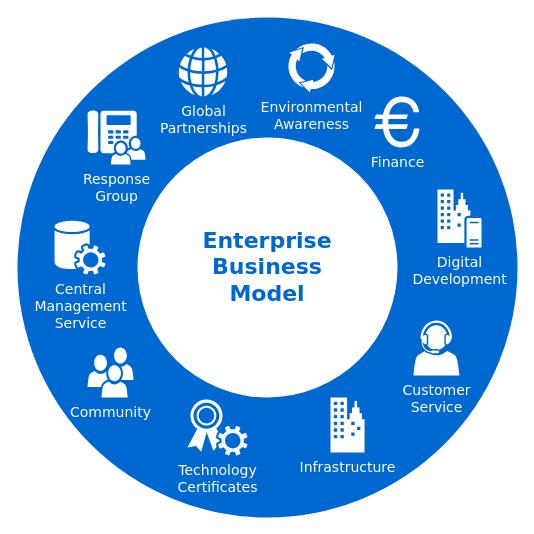
Before: Untitled Diagram.drawio in Deadlegend1321/Charcha, a draw.io diagram. Source tidied: cells renumbered, new cells numbered last; positions are measured from the earlier drawing's top-left corner, leaving out a move shared by most shapes. Both pictures are drawn from the tidied source at 100%, with x=0, y=0 at pixel (17, 17).
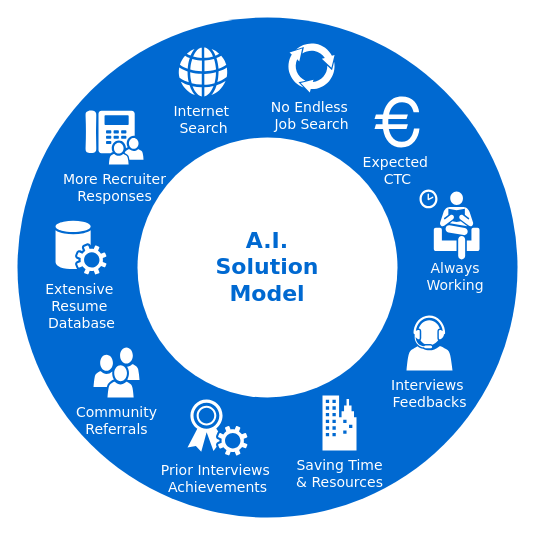
After the change.

Diff of the diagram source:
```diff
@@
 <mxGraphModel>
   <root>
     <mxCell id="0" />
     <mxCell id="1" parent="0" />
     <mxCell id="2" style="ellipse;whiteSpace=wrap;html=1;rounded=0;shadow=0;comic=0;strokeWidth=1;fontFamily=Verdana;fontSize=14;strokeColor=none;fillColor=#0069D1;" parent="1" vertex="1">
       <mxGeometry width="500" height="500" as="geometry" />
     </mxCell>
-    <mxCell id="3" value="Enterprise&lt;div&gt;Business&lt;/div&gt;&lt;div&gt;Model&lt;/div&gt;" style="ellipse;whiteSpace=wrap;html=1;rounded=0;shadow=0;comic=0;strokeWidth=1;fontFamily=Verdana;fontSize=22;strokeColor=none;fillColor=#ffffff;fontColor=#0069D1;fontStyle=1;" parent="1" vertex="1">
+    <mxCell id="3" value="A.I.&lt;div&gt;Solution&lt;/div&gt;&lt;div&gt;Model&lt;/div&gt;" style="ellipse;whiteSpace=wrap;html=1;rounded=0;shadow=0;comic=0;strokeWidth=1;fontFamily=Verdana;fontSize=22;strokeColor=none;fillColor=#ffffff;fontColor=#0069D1;fontStyle=1;" parent="1" vertex="1">
       <mxGeometry x="120" y="120" width="260" height="260" as="geometry" />
     </mxCell>
-    <mxCell id="4" value="Community" style="shadow=0;dashed=0;html=1;strokeColor=none;fillColor=#ffffff;labelPosition=center;verticalLabelPosition=bottom;verticalAlign=top;shape=mxgraph.office.users.users;rounded=0;comic=0;fontFamily=Verdana;fontSize=14;fontColor=#FFFFFF;" parent="1" vertex="1">
-      <mxGeometry x="70" y="330" width="46" height="50" as="geometry" />
+    <mxCell id="4" value="Community&lt;div&gt;Referrals&lt;/div&gt;" style="shadow=0;dashed=0;html=1;strokeColor=none;fillColor=#ffffff;labelPosition=center;verticalLabelPosition=bottom;verticalAlign=top;shape=mxgraph.office.users.users;rounded=0;comic=0;fontFamily=Verdana;fontSize=14;fontColor=#FFFFFF;" parent="1" vertex="1">
+      <mxGeometry x="76" y="330" width="46" height="50" as="geometry" />
     </mxCell>
-    <mxCell id="5" value="Customer&lt;div&gt;Service&lt;/div&gt;" style="shadow=0;dashed=0;html=1;strokeColor=none;fillColor=#ffffff;labelPosition=center;verticalLabelPosition=bottom;verticalAlign=top;shape=mxgraph.office.users.call_center_agent;rounded=0;comic=0;fontFamily=Verdana;fontSize=14;fontColor=#FFFFFF;" parent="1" vertex="1">
-      <mxGeometry x="396" y="303" width="46" height="55" as="geometry" />
+    <mxCell id="5" value="Interviews&amp;nbsp;&lt;div&gt;Feedbacks&lt;/div&gt;" style="shadow=0;dashed=0;html=1;strokeColor=none;fillColor=#ffffff;labelPosition=center;verticalLabelPosition=bottom;verticalAlign=top;shape=mxgraph.office.users.call_center_agent;rounded=0;comic=0;fontFamily=Verdana;fontSize=14;fontColor=#FFFFFF;" parent="1" vertex="1">
+      <mxGeometry x="389" y="298" width="46" height="55" as="geometry" />
     </mxCell>
-    <mxCell id="6" value="Response&lt;div&gt;Group&lt;/div&gt;" style="shadow=0;dashed=0;html=1;strokeColor=none;fillColor=#ffffff;labelPosition=center;verticalLabelPosition=bottom;verticalAlign=top;shape=mxgraph.office.users.response_group;rounded=0;comic=0;fontFamily=Verdana;fontSize=14;fontColor=#FFFFFF;" parent="1" vertex="1">
-      <mxGeometry x="70" y="93" width="58" height="54" as="geometry" />
+    <mxCell id="6" value="More&amp;nbsp;&lt;span style=&quot;background-color: initial;&quot;&gt;Recruiter&lt;/span&gt;&lt;div&gt;&lt;span style=&quot;background-color: initial;&quot;&gt;Responses&lt;/span&gt;&lt;/div&gt;" style="shadow=0;dashed=0;html=1;strokeColor=none;fillColor=#ffffff;labelPosition=center;verticalLabelPosition=bottom;verticalAlign=top;shape=mxgraph.office.users.response_group;rounded=0;comic=0;fontFamily=Verdana;fontSize=14;fontColor=#FFFFFF;" parent="1" vertex="1">
+      <mxGeometry x="68" y="93" width="58" height="54" as="geometry" />
     </mxCell>
-    <mxCell id="7" value="Central&lt;div&gt;Management&lt;/div&gt;&lt;div&gt;Service&lt;/div&gt;" style="shadow=0;dashed=0;html=1;strokeColor=none;fillColor=#ffffff;labelPosition=center;verticalLabelPosition=bottom;verticalAlign=top;shape=mxgraph.office.services.central_management_service;rounded=0;comic=0;fontFamily=Verdana;fontSize=14;fontColor=#FFFFFF;" parent="1" vertex="1">
-      <mxGeometry x="37" y="203" width="51" height="54" as="geometry" />
+    <mxCell id="7" value="Extensive&amp;nbsp;&lt;div&gt;Resume&amp;nbsp;&lt;/div&gt;&lt;div&gt;Database&lt;/div&gt;" style="shadow=0;dashed=0;html=1;strokeColor=none;fillColor=#ffffff;labelPosition=center;verticalLabelPosition=bottom;verticalAlign=top;shape=mxgraph.office.services.central_management_service;rounded=0;comic=0;fontFamily=Verdana;fontSize=14;fontColor=#FFFFFF;" parent="1" vertex="1">
+      <mxGeometry x="38" y="203" width="51" height="54" as="geometry" />
     </mxCell>
-    <mxCell id="8" value="Digital&lt;div&gt;Development&lt;/div&gt;" style="shadow=0;dashed=0;html=1;strokeColor=none;fillColor=#ffffff;labelPosition=center;verticalLabelPosition=bottom;verticalAlign=top;shape=mxgraph.office.servers.on_premises_server;rounded=0;comic=0;fontFamily=Verdana;fontSize=14;fontColor=#FFFFFF;" parent="1" vertex="1">
-      <mxGeometry x="420" y="172" width="44" height="58" as="geometry" />
-    </mxCell>
-    <mxCell id="9" value="Technology&lt;div&gt;Certificates&lt;/div&gt;" style="shadow=0;dashed=0;html=1;strokeColor=none;fillColor=#ffffff;labelPosition=center;verticalLabelPosition=bottom;verticalAlign=top;shape=mxgraph.office.security.token_service;rounded=0;comic=0;fontFamily=Verdana;fontSize=14;fontColor=#FFFFFF;" parent="1" vertex="1">
+    <mxCell id="9" value="Prior Interviews&amp;nbsp;&lt;div&gt;Achievements&lt;/div&gt;" style="shadow=0;dashed=0;html=1;strokeColor=none;fillColor=#ffffff;labelPosition=center;verticalLabelPosition=bottom;verticalAlign=top;shape=mxgraph.office.security.token_service;rounded=0;comic=0;fontFamily=Verdana;fontSize=14;fontColor=#FFFFFF;" parent="1" vertex="1">
       <mxGeometry x="170" y="382" width="60" height="56" as="geometry" />
     </mxCell>
-    <mxCell id="10" value="Infrastructure" style="shadow=0;dashed=0;html=1;strokeColor=none;fillColor=#ffffff;labelPosition=center;verticalLabelPosition=bottom;verticalAlign=top;shape=mxgraph.office.concepts.on_premises;rounded=0;comic=0;fontFamily=Verdana;fontSize=14;fontColor=#FFFFFF;" parent="1" vertex="1">
-      <mxGeometry x="313" y="380" width="34" height="55" as="geometry" />
+    <mxCell id="10" value="Saving Time&lt;div&gt;&amp;amp; Resources&lt;/div&gt;" style="shadow=0;dashed=0;html=1;strokeColor=none;fillColor=#ffffff;labelPosition=center;verticalLabelPosition=bottom;verticalAlign=top;shape=mxgraph.office.concepts.on_premises;rounded=0;comic=0;fontFamily=Verdana;fontSize=14;fontColor=#FFFFFF;" parent="1" vertex="1">
+      <mxGeometry x="305" y="378" width="34" height="55" as="geometry" />
     </mxCell>
-    <mxCell id="11" value="Global&lt;div&gt;Partnerships&lt;/div&gt;" style="shadow=0;dashed=0;html=1;strokeColor=none;fillColor=#ffffff;labelPosition=center;verticalLabelPosition=bottom;verticalAlign=top;shape=mxgraph.office.concepts.globe_internet;rounded=0;comic=0;fontFamily=Verdana;fontSize=14;fontColor=#FFFFFF;" parent="1" vertex="1">
+    <mxCell id="11" value="Internet&amp;nbsp;&lt;div&gt;Search&lt;/div&gt;" style="shadow=0;dashed=0;html=1;strokeColor=none;fillColor=#ffffff;labelPosition=center;verticalLabelPosition=bottom;verticalAlign=top;shape=mxgraph.office.concepts.globe_internet;rounded=0;comic=0;fontFamily=Verdana;fontSize=14;fontColor=#FFFFFF;" parent="1" vertex="1">
       <mxGeometry x="161" y="30" width="49" height="49" as="geometry" />
     </mxCell>
-    <mxCell id="12" value="Environmental&lt;div&gt;Awareness&lt;/div&gt;" style="shadow=0;dashed=0;html=1;strokeColor=none;shape=mxgraph.mscae.general.continuous_cycle;fillColor=#ffffff;rounded=0;comic=0;fontFamily=Verdana;fontSize=14;fontColor=#FFFFFF;verticalAlign=top;labelPosition=center;verticalLabelPosition=bottom;align=center;" parent="1" vertex="1">
+    <mxCell id="12" value="No Endless&amp;nbsp;&lt;div&gt;Job Search&lt;/div&gt;" style="shadow=0;dashed=0;html=1;strokeColor=none;shape=mxgraph.mscae.general.continuous_cycle;fillColor=#ffffff;rounded=0;comic=0;fontFamily=Verdana;fontSize=14;fontColor=#FFFFFF;verticalAlign=top;labelPosition=center;verticalLabelPosition=bottom;align=center;" parent="1" vertex="1">
       <mxGeometry x="270" y="25" width="48" height="50" as="geometry" />
     </mxCell>
-    <mxCell id="13" value="Finance" style="shape=mxgraph.signs.travel.euro;html=1;fillColor=#ffffff;strokeColor=none;verticalLabelPosition=bottom;verticalAlign=top;align=center;rounded=0;shadow=0;dashed=0;comic=0;fontFamily=Verdana;fontSize=14;fontColor=#FFFFFF;" parent="1" vertex="1">
+    <mxCell id="13" value="Expected&amp;nbsp;&lt;div&gt;CTC&lt;/div&gt;" style="shape=mxgraph.signs.travel.euro;html=1;fillColor=#ffffff;strokeColor=none;verticalLabelPosition=bottom;verticalAlign=top;align=center;rounded=0;shadow=0;dashed=0;comic=0;fontFamily=Verdana;fontSize=14;fontColor=#FFFFFF;" parent="1" vertex="1">
       <mxGeometry x="357" y="79" width="45" height="51" as="geometry" />
     </mxCell>
+    <mxCell id="14" style="shape=mxgraph.signs.people.waiting_room_2;html=1;fillColor=#FFFFFF;strokeColor=none;verticalLabelPosition=bottom;verticalAlign=top;align=center;sketch=0;" parent="1" vertex="1">
+      <mxGeometry x="402" y="172" width="60" height="70" as="geometry" />
+    </mxCell>
+    <mxCell id="15" value="Always Working" style="text;html=1;align=center;verticalAlign=middle;whiteSpace=wrap;rounded=0;fontColor=#FCFCFC;fontFamily=Verdana;fontSize=14;" parent="1" vertex="1">
+      <mxGeometry x="408" y="244" width="60" height="30" as="geometry" />
+    </mxCell>
   </root>
 </mxGraphModel>
```
